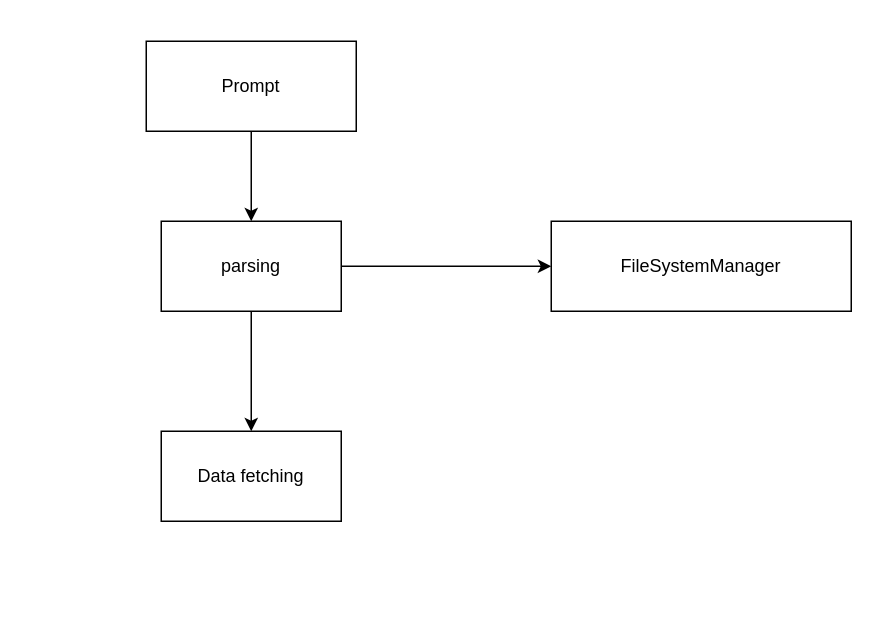
42-AI/DBMS keeps this draw.io diagram as page "Main functionement" (2 of 6) of DBMS_architecture.drawio. Above is the earlier version. Source tidied: cells renumbered, new cells numbered last; positions are measured from the earlier drawing's top-left corner, leaving out a move shared by most shapes. Both pictures are drawn from the tidied source at 150%, with x=0, y=0 at pixel (146, 40).
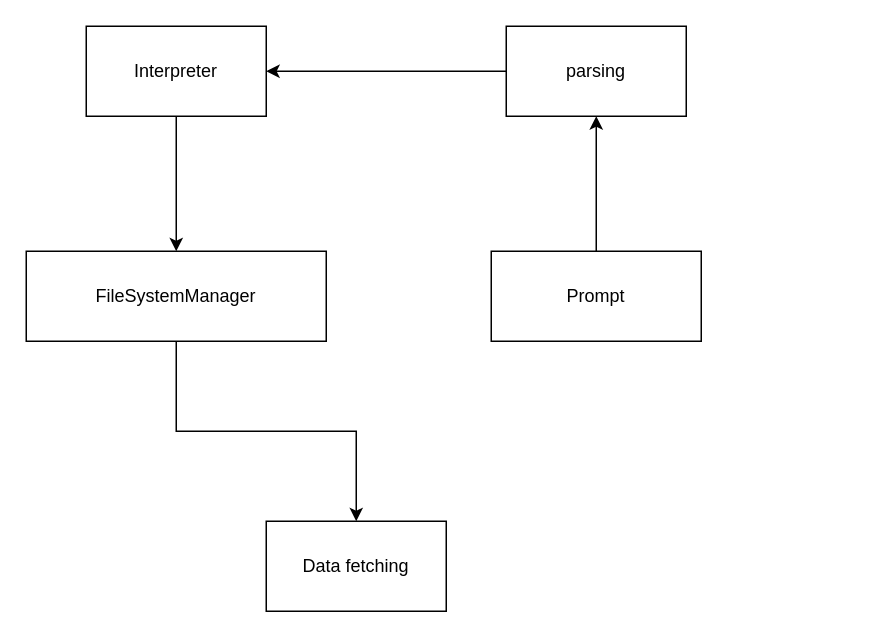
Above is the later version.

Change to the diagram source:
```diff
@@
 <mxGraphModel>
   <root>
     <mxCell id="0" />
     <mxCell id="1" parent="0" />
     <mxCell id="2" style="edgeStyle=orthogonalEdgeStyle;rounded=0;jettySize=auto;html=1;" parent="1" edge="1" source="3" target="6">
       <mxGeometry relative="1" as="geometry" />
     </mxCell>
     <mxCell id="3" value="Prompt " style="rounded=0;whiteSpace=wrap;html=1;" parent="1" vertex="1">
-      <mxGeometry width="140" height="60" as="geometry" />
+      <mxGeometry x="230" y="140" width="140" height="60" as="geometry" />
     </mxCell>
-    <mxCell id="4" style="edgeStyle=orthogonalEdgeStyle;rounded=0;jettySize=auto;html=1;" parent="1" edge="1" source="6" target="7">
+    <mxCell id="4" style="edgeStyle=orthogonalEdgeStyle;rounded=0;jettySize=auto;html=1;exitX=0.5;exitY=1;exitDx=0;exitDy=0;" parent="1" edge="1" source="10" target="7">
       <mxGeometry relative="1" as="geometry" />
     </mxCell>
-    <mxCell id="5" style="edgeStyle=orthogonalEdgeStyle;rounded=0;jettySize=auto;html=1;" parent="1" edge="1" source="6" target="8">
+    <mxCell id="5" style="edgeStyle=orthogonalEdgeStyle;rounded=0;jettySize=auto;html=1;exitX=0.5;exitY=1;exitDx=0;exitDy=0;" parent="1" edge="1" source="7" target="8">
       <mxGeometry relative="1" as="geometry" />
     </mxCell>
+    <mxCell id="9" style="edgeStyle=orthogonalEdgeStyle;rounded=0;jettySize=auto;html=1;" parent="1" edge="1" source="6" target="10">
+      <mxGeometry relative="1" as="geometry" />
+    </mxCell>
     <mxCell id="6" value="parsing" style="whiteSpace=wrap;html=1;rounded=0;" parent="1" vertex="1">
-      <mxGeometry x="10" y="120" width="120" height="60" as="geometry" />
+      <mxGeometry x="240" y="-10" width="120" height="60" as="geometry" />
     </mxCell>
     <mxCell id="7" value="FileSystemManager" style="whiteSpace=wrap;html=1;rounded=0;" parent="1" vertex="1">
-      <mxGeometry x="270" y="120" width="200" height="60" as="geometry" />
+      <mxGeometry x="-80" y="140" width="200" height="60" as="geometry" />
     </mxCell>
     <mxCell id="8" value="Data fetching" style="whiteSpace=wrap;html=1;rounded=0;" parent="1" vertex="1">
-      <mxGeometry x="10" y="260" width="120" height="60" as="geometry" />
+      <mxGeometry x="80" y="320" width="120" height="60" as="geometry" />
     </mxCell>
+    <mxCell id="10" value="Interpreter" style="rounded=0;whiteSpace=wrap;html=1;" parent="1" vertex="1">
+      <mxGeometry x="-40" y="-10" width="120" height="60" as="geometry" />
+    </mxCell>
   </root>
 </mxGraphModel>
```
